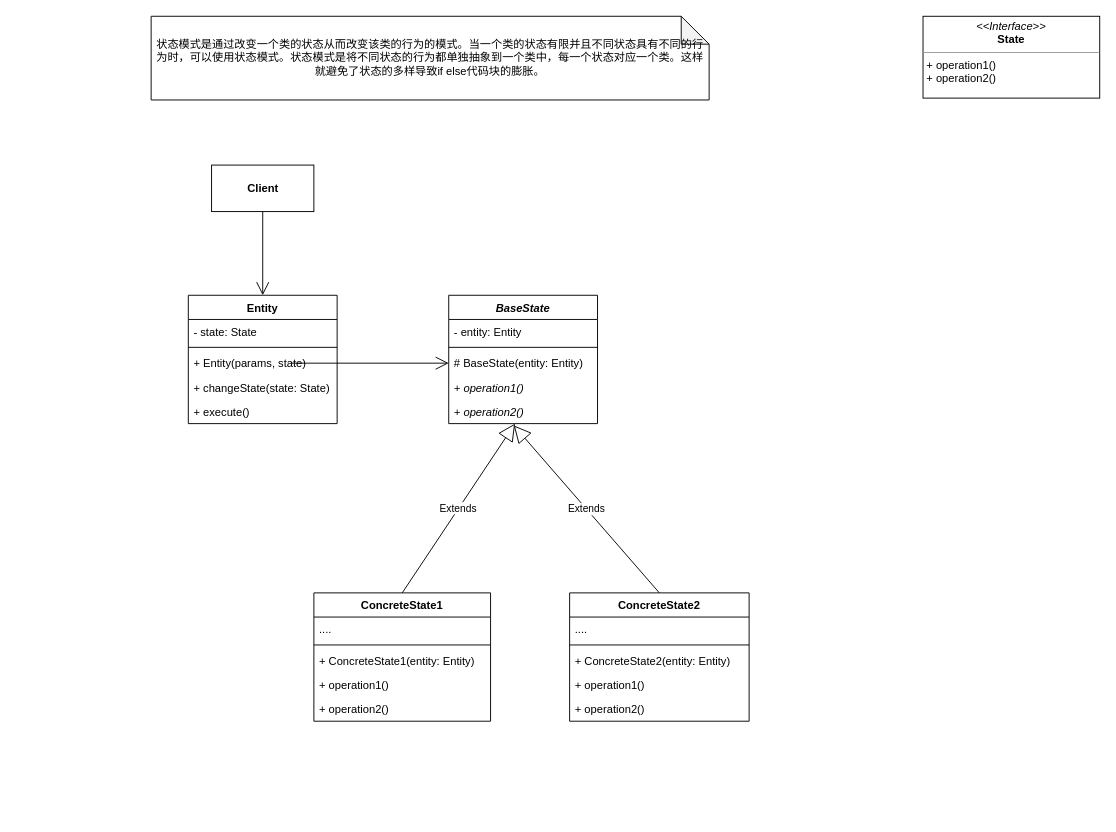
The draw.io diagram 状态模式.drawio in HsoulLink/designpattern_pic, before the edit. Source tidied: cells renumbered, new cells numbered last; positions are measured from the earlier drawing's top-left corner, leaving out a move shared by most shapes. Both pictures are drawn from the tidied source at 93%, with x=0, y=0 at pixel (151, 16).
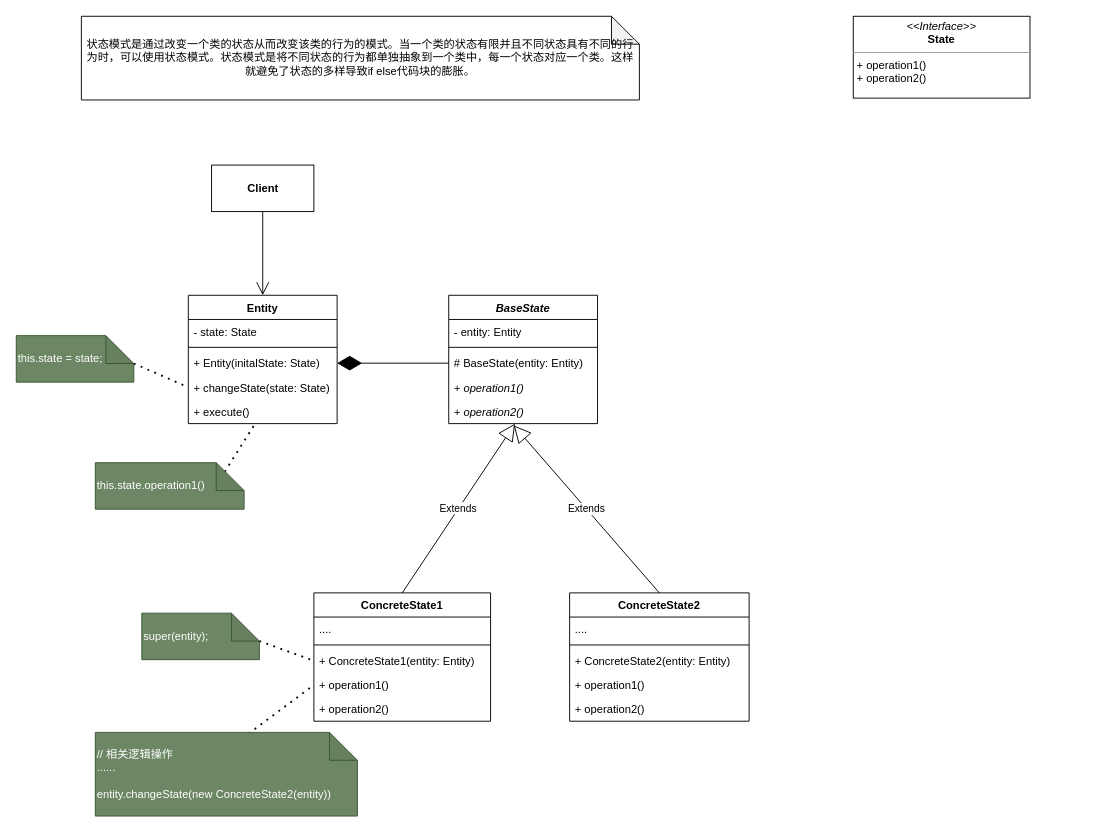
The same diagram, later.

Commit message (it also covers changes not shown here):
更新状态模式.drawio

The change refers to these unchanged cells:
```xml
<mxCell id="10" value="Entity" style="swimlane;fontStyle=1;align=center;verticalAlign=top;horizontal=1;startSize=26;" parent="1" vertex="1">
  <mxGeometry x="40" y="300" width="160" height="138" as="geometry" />
</mxCell>
<mxCell id="14" value="+ changeState(state: State)" style="text;strokeColor=none;fillColor=none;align=left;verticalAlign=top;spacingLeft=4;spacingRight=4;overflow=hidden;points=[[0,0.5],[1,0.5]];portConstraint=eastwest;" parent="10" vertex="1">
  <mxGeometry y="86" width="160" height="26" as="geometry" />
</mxCell>
<mxCell id="15" value="+ execute()" style="text;strokeColor=none;fillColor=none;align=left;verticalAlign=top;spacingLeft=4;spacingRight=4;overflow=hidden;points=[[0,0.5],[1,0.5]];portConstraint=eastwest;" parent="10" vertex="1">
  <mxGeometry y="112" width="160" height="26" as="geometry" />
</mxCell>
<mxCell id="19" value="+ ConcreteState1(entity: Entity)" style="text;strokeColor=none;fillColor=none;align=left;verticalAlign=top;spacingLeft=4;spacingRight=4;overflow=hidden;points=[[0,0.5],[1,0.5]];portConstraint=eastwest;" parent="16" vertex="1">
  <mxGeometry y="60" width="190" height="26" as="geometry" />
</mxCell>
<mxCell id="20" value="+ operation1()" style="text;strokeColor=none;fillColor=none;align=left;verticalAlign=top;spacingLeft=4;spacingRight=4;overflow=hidden;points=[[0,0.5],[1,0.5]];portConstraint=eastwest;" parent="16" vertex="1">
  <mxGeometry y="86" width="190" height="26" as="geometry" />
</mxCell>
<mxCell id="25" value="# BaseState(entity: Entity)" style="text;strokeColor=none;fillColor=none;align=left;verticalAlign=top;spacingLeft=4;spacingRight=4;overflow=hidden;points=[[0,0.5],[1,0.5]];portConstraint=eastwest;fontStyle=0;" parent="22" vertex="1">
  <mxGeometry y="60" width="160" height="26" as="geometry" />
</mxCell>
```

Change to the diagram source:
```diff
@@
     <mxCell id="2" value="状态模式是通过改变一个类的状态从而改变该类的行为的模式。当一个类的状态有限并且不同状态具有不同的行为时，可以使用状态模式。状态模式是将不同状态的行为都单独抽象到一个类中，每一个状态对应一个类。这样就避免了状态的多样导致if else代码块的膨胀。" style="shape=note;whiteSpace=wrap;html=1;backgroundOutline=1;darkOpacity=0.05;" parent="1" vertex="1">
-      <mxGeometry width="600" height="90" as="geometry" />
+      <mxGeometry x="-75" width="600" height="90" as="geometry" />
     </mxCell>
     <mxCell id="3" value="&lt;p style=&quot;margin:0px;margin-top:4px;text-align:center;&quot;&gt;&lt;i&gt;&amp;lt;&amp;lt;Interface&amp;gt;&amp;gt;&lt;/i&gt;&lt;br&gt;&lt;b&gt;State&lt;/b&gt;&lt;/p&gt;&lt;hr size=&quot;1&quot;&gt;&lt;p style=&quot;margin:0px;margin-left:4px;&quot;&gt;&lt;span style=&quot;background-color: initial;&quot;&gt;+ operation1()&lt;/span&gt;&lt;br&gt;&lt;/p&gt;&lt;p style=&quot;margin:0px;margin-left:4px;&quot;&gt;+ operation2()&lt;/p&gt;" style="verticalAlign=top;align=left;overflow=fill;fontSize=12;fontFamily=Helvetica;html=1;" parent="1" vertex="1">
-      <mxGeometry x="830" width="190" height="88" as="geometry" />
+      <mxGeometry x="755" width="190" height="88" as="geometry" />
     </mxCell>
@@
-    <mxCell id="13" value="+ Entity(params, state)" style="text;strokeColor=none;fillColor=none;align=left;verticalAlign=top;spacingLeft=4;spacingRight=4;overflow=hidden;points=[[0,0.5],[1,0.5]];portConstraint=eastwest;" parent="10" vertex="1">
+    <mxCell id="13" value="+ Entity(initalState: State)" style="text;strokeColor=none;fillColor=none;align=left;verticalAlign=top;spacingLeft=4;spacingRight=4;overflow=hidden;points=[[0,0.5],[1,0.5]];portConstraint=eastwest;" parent="10" vertex="1">
       <mxGeometry y="60" width="160" height="26" as="geometry" />
     </mxCell>
@@
-    <mxCell id="30" style="endArrow=open;endFill=1;endSize=12;html=1;rounded=0;entryX=0;entryY=0.5;entryDx=0;entryDy=0;" parent="1" edge="1" target="25">
-      <mxGeometry relative="1" as="geometry">
-        <mxPoint x="150" y="373" as="sourcePoint" />
-      </mxGeometry>
-    </mxCell>
@@
+    <mxCell id="33" style="endArrow=none;dashed=1;html=1;dashPattern=1 3;strokeWidth=2;rounded=0;entryX=0;entryY=0.5;entryDx=0;entryDy=0;exitX=0;exitY=0;exitDx=126.4;exitDy=30;exitPerimeter=0;" parent="1" edge="1" source="34" target="19">
+      <mxGeometry relative="1" as="geometry" />
+    </mxCell>
+    <mxCell id="34" value="super(entity);" style="shape=note;whiteSpace=wrap;html=1;backgroundOutline=1;darkOpacity=0.05;align=left;fillColor=#6d8764;fontColor=#ffffff;strokeColor=#3A5431;" parent="1" vertex="1">
+      <mxGeometry x="-10" y="641.8" width="126.4" height="50" as="geometry" />
+    </mxCell>
+    <mxCell id="35" style="endArrow=none;dashed=1;html=1;dashPattern=1 3;strokeWidth=2;rounded=0;entryX=0;entryY=0.5;entryDx=0;entryDy=0;exitX=0;exitY=0;exitDx=126.4;exitDy=30;exitPerimeter=0;" parent="1" edge="1" source="36" target="20">
+      <mxGeometry relative="1" as="geometry" />
+    </mxCell>
+    <mxCell id="36" value="// 相关逻辑操作&lt;br&gt;......&lt;br&gt;&lt;br&gt;entity.changeState(new ConcreteState2(entity))" style="shape=note;whiteSpace=wrap;html=1;backgroundOutline=1;darkOpacity=0.05;align=left;fillColor=#6d8764;fontColor=#ffffff;strokeColor=#3A5431;" parent="1" vertex="1">
+      <mxGeometry x="-60" y="770" width="281.8" height="90" as="geometry" />
+    </mxCell>
+    <mxCell id="37" style="endArrow=none;dashed=1;html=1;dashPattern=1 3;strokeWidth=2;rounded=0;entryX=0;entryY=0.5;entryDx=0;entryDy=0;exitX=0;exitY=0;exitDx=126.4;exitDy=30;exitPerimeter=0;" parent="1" edge="1" source="38" target="14">
+      <mxGeometry relative="1" as="geometry" />
+    </mxCell>
+    <mxCell id="38" value="this.state = state;" style="shape=note;whiteSpace=wrap;html=1;backgroundOutline=1;darkOpacity=0.05;align=left;fillColor=#6d8764;fontColor=#ffffff;strokeColor=#3A5431;" parent="1" vertex="1">
+      <mxGeometry x="-145" y="343.4" width="126.4" height="50" as="geometry" />
+    </mxCell>
+    <mxCell id="39" style="endArrow=none;dashed=1;html=1;dashPattern=1 3;strokeWidth=2;rounded=0;exitX=0;exitY=0;exitDx=126.4;exitDy=30;exitPerimeter=0;" parent="1" edge="1" source="40" target="15">
+      <mxGeometry relative="1" as="geometry" />
+    </mxCell>
+    <mxCell id="40" value="this.state.operation1()" style="shape=note;whiteSpace=wrap;html=1;backgroundOutline=1;darkOpacity=0.05;align=left;fillColor=#6d8764;fontColor=#ffffff;strokeColor=#3A5431;" parent="1" vertex="1">
+      <mxGeometry x="-60" y="480" width="160" height="50" as="geometry" />
+    </mxCell>
+    <mxCell id="41" style="endArrow=diamondThin;endFill=1;endSize=24;html=1;rounded=0;exitX=0;exitY=0.5;exitDx=0;exitDy=0;entryX=1;entryY=0.5;entryDx=0;entryDy=0;" parent="1" edge="1" source="25" target="13">
+      <mxGeometry relative="1" as="geometry" />
+    </mxCell>
```
